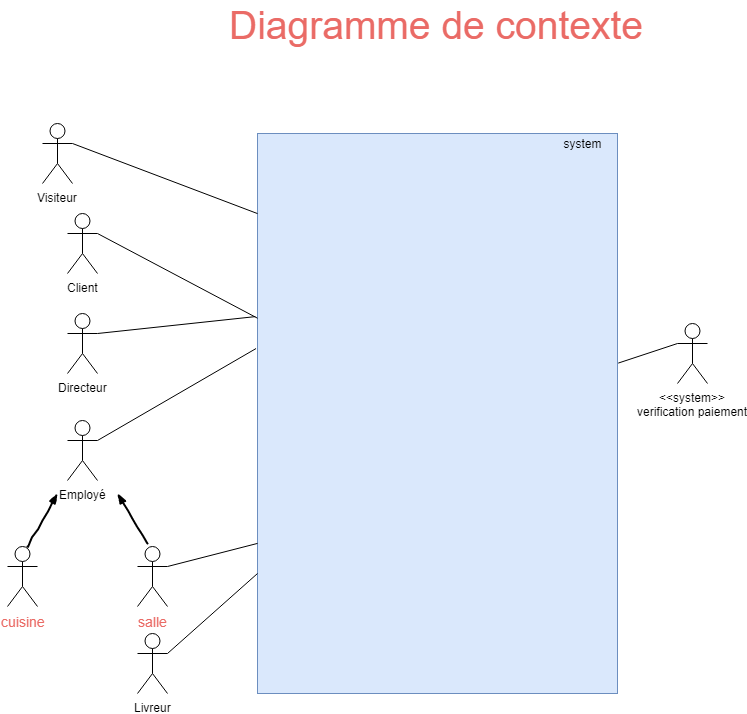
This is uml/contexte.png from Mcflan-7/P04_oc-pizza, a draw.io export, as it was before one commit. Source tidied: cells renumbered, new cells last; positions are measured from the earlier drawing's top-left corner, leaving out a move shared by most shapes.
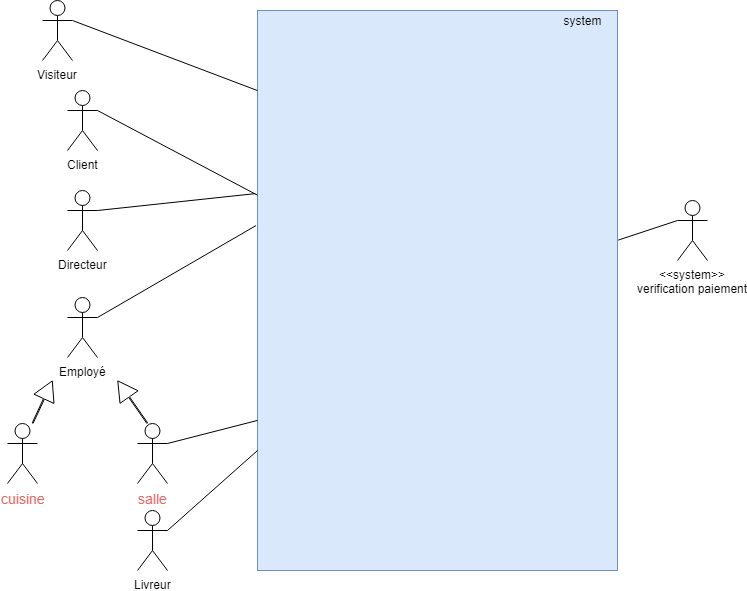
After the commit.

The edit, as a diff of the source:
```diff
@@ -29,9 +29,6 @@
     <mxCell id="10" value="cuisine" style="shape=umlActor;verticalLabelPosition=bottom;labelBackgroundColor=#ffffff;verticalAlign=top;html=1;rounded=0;shadow=0;strokeWidth=1;fontSize=14;fontColor=#EA6B66;" parent="1" vertex="1">
       <mxGeometry y="546" width="30" height="60" as="geometry" />
     </mxCell>
-    <mxCell id="11" value="Diagramme de contexte" style="text;html=1;align=left;verticalAlign=top;spacingTop=-4;fontSize=39;fontColor=#EA6B66;" parent="1" vertex="1">
-      <mxGeometry x="220" width="160" height="20" as="geometry" />
-    </mxCell>
     <mxCell id="12" style="endArrow=none;html=1;exitX=1;exitY=0.3333333333333333;exitDx=0;exitDy=0;exitPerimeter=0;" parent="1" edge="1" source="4" target="2">
       <mxGeometry relative="1" as="geometry" />
     </mxCell>
@@ -58,17 +55,17 @@
     <mxCell id="19" style="endArrow=none;html=1;exitX=1;exitY=0.3333333333333333;exitDx=0;exitDy=0;exitPerimeter=0;entryX=0;entryY=0.143;entryDx=0;entryDy=0;entryPerimeter=0;" parent="1" edge="1" source="18" target="2">
       <mxGeometry relative="1" as="geometry" />
     </mxCell>
-    <mxCell id="20" style="rounded=0;comic=1;strokeWidth=2;endArrow=blockThin;html=1;fontFamily=Comic Sans MS;fontStyle=1;" parent="1" edge="1">
-      <mxGeometry relative="1" as="geometry">
-        <mxPoint x="20" y="546" as="sourcePoint" />
-        <mxPoint x="50" y="493" as="targetPoint" />
-      </mxGeometry>
-    </mxCell>
-    <mxCell id="21" style="rounded=0;comic=1;strokeWidth=2;endArrow=blockThin;html=1;fontFamily=Comic Sans MS;fontStyle=1;" parent="1" edge="1">
-      <mxGeometry relative="1" as="geometry">
-        <mxPoint x="140" y="543" as="sourcePoint" />
-        <mxPoint x="110" y="493" as="targetPoint" />
-      </mxGeometry>
-    </mxCell>
+    <mxCell id="22" style="shape=flexArrow;endArrow=classic;html=1;width=1;endSize=6.23;" parent="1" edge="1">
+      <mxGeometry relative="1" as="geometry">
+        <mxPoint x="140" y="546" as="sourcePoint" />
+        <mxPoint x="110" y="503" as="targetPoint" />
+      </mxGeometry>
+    </mxCell>
+    <mxCell id="23" style="shape=flexArrow;endArrow=classic;html=1;width=1;endSize=6.23;" parent="1" edge="1">
+      <mxGeometry relative="1" as="geometry">
+        <mxPoint x="25" y="546" as="sourcePoint" />
+        <mxPoint x="45" y="503" as="targetPoint" />
+      </mxGeometry>
+    </mxCell>
   </root>
 </mxGraphModel>
```
